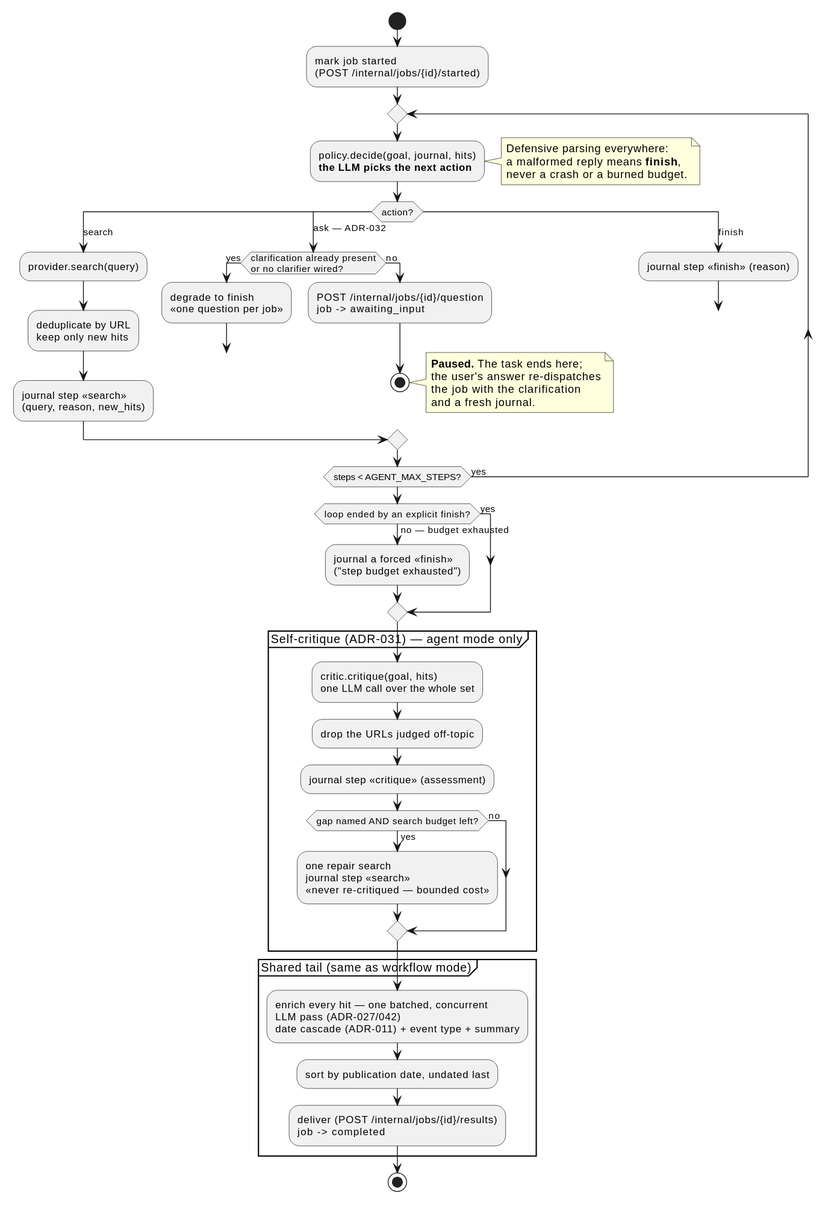
This is docs/diagrams/agentic-loop.svg from christopheduc-me/ai-agent-boilerplate, a PlantUML export, as it was before one commit.
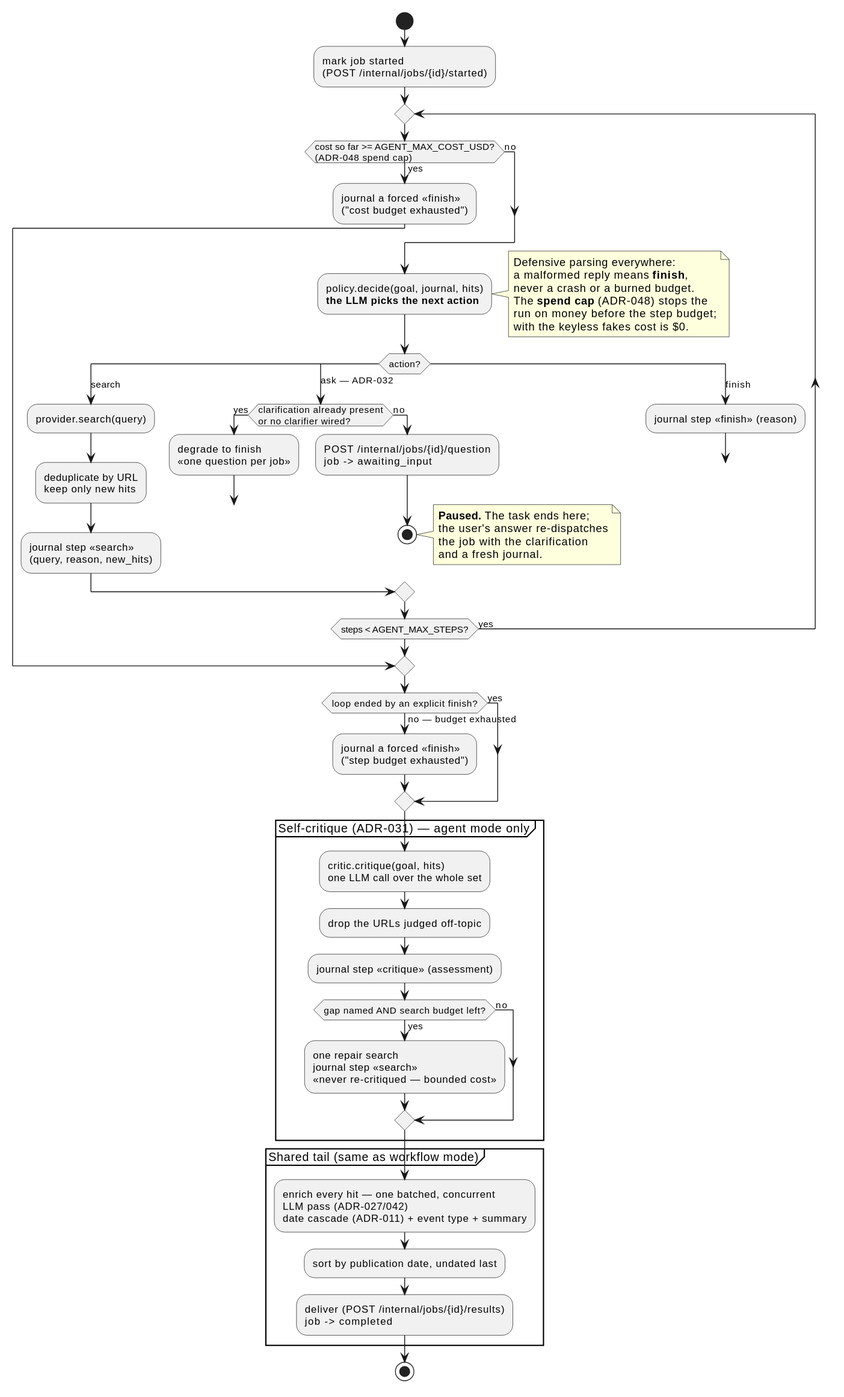
The same file after the commit.

What changed in the source:
```diff
@@ -5,12 +5,21 @@
 (POST /internal/jobs/{id}/started);
 
 repeat
+  if (cost so far >= AGENT_MAX_COST_USD?\n(ADR-048 spend cap)) then (yes)
+    :journal a forced «finish»
+    ("cost budget exhausted");
+    break
+  else (no)
+  endif
   :policy.decide(goal, journal, hits)
   <b>the LLM picks the next action</b>;
   note right
     Defensive parsing everywhere:
     a malformed reply means **finish**,
     never a crash or a burned budget.
+    The **spend cap** (ADR-048) stops the
+    run on money before the step budget;
+    with the keyless fakes cost is $0.
   end note
   switch (action?)
   case (search)
```
